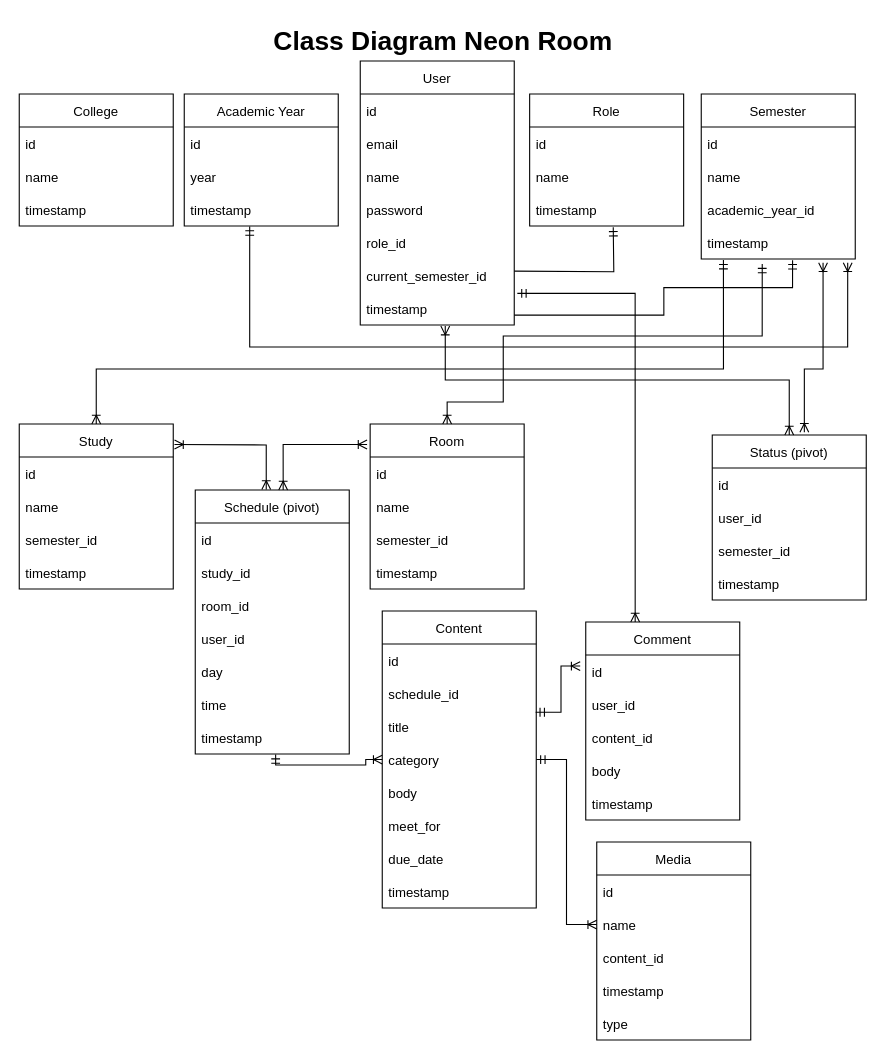
The draw.io diagram uml/class diagram.drawio in fanboykun/neonroom, before the edit. Source tidied: cells renumbered, new cells numbered last; positions are measured from the earlier drawing's top-left corner, leaving out a move shared by most shapes. Both pictures are drawn from the tidied source at 110%, with x=0, y=0 at pixel (19, 19).
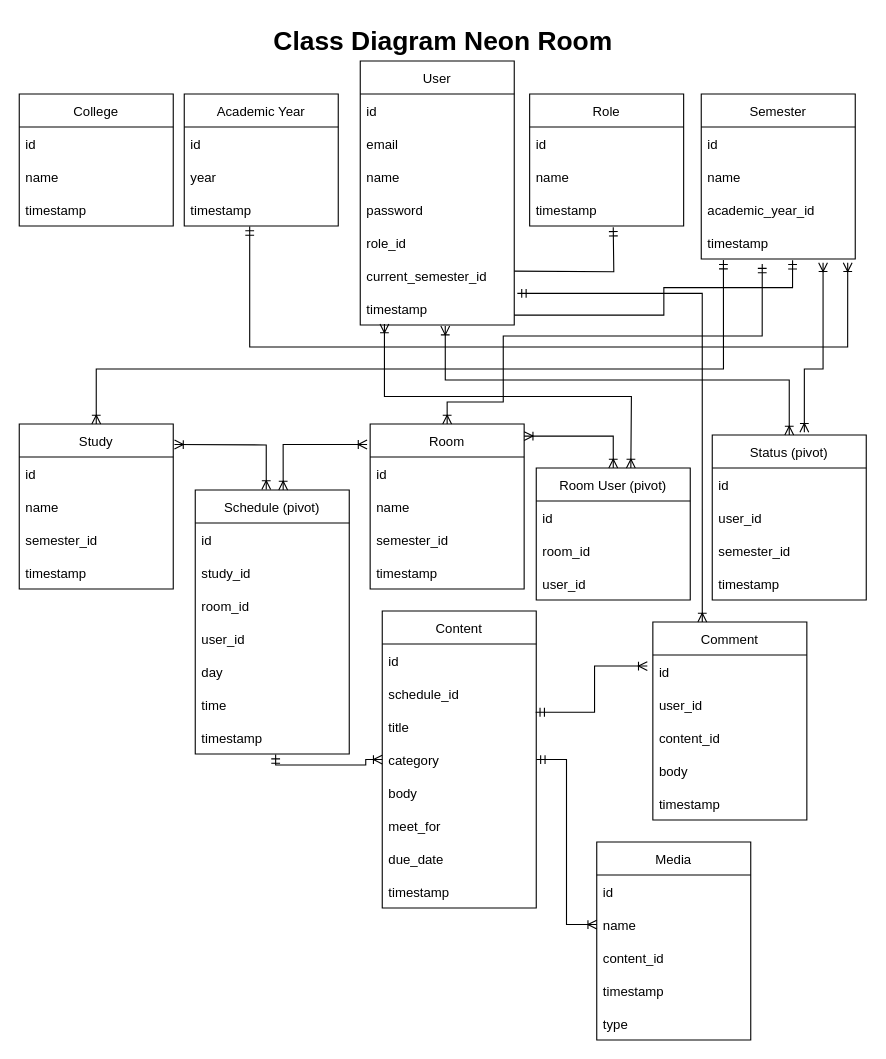
Above is the later version.

The change refers to these unchanged cells:
```xml
<mxCell id="9" value="timestamp" style="text;strokeColor=none;fillColor=none;align=left;verticalAlign=middle;spacingLeft=4;spacingRight=4;overflow=hidden;points=[[0,0.5],[1,0.5]];portConstraint=eastwest;" parent="2" vertex="1">
  <mxGeometry y="210" width="140" height="30" as="geometry" />
</mxCell>
<mxCell id="32" value="Room" style="swimlane;fontStyle=0;horizontal=1;startSize=30;" parent="1" vertex="1">
  <mxGeometry x="319" y="368" width="140" height="150" as="geometry" />
</mxCell>
```

Diff of the diagram source:
```diff
@@
     <mxCell id="60" value="Comment" style="swimlane;fontStyle=0;horizontal=1;startSize=30;" parent="1" vertex="1">
-      <mxGeometry x="515" y="548" width="140" height="180" as="geometry" />
+      <mxGeometry x="576" y="548" width="140" height="180" as="geometry" />
     </mxCell>
@@
+    <mxCell id="85" value="Room User (pivot)" style="swimlane;fontStyle=0;horizontal=1;startSize=30;" parent="1" vertex="1">
+      <mxGeometry x="470" y="408" width="140" height="120" as="geometry" />
+    </mxCell>
+    <mxCell id="86" value="id" style="text;strokeColor=none;fillColor=none;align=left;verticalAlign=middle;spacingLeft=4;spacingRight=4;overflow=hidden;" parent="85" vertex="1">
+      <mxGeometry y="30" width="140" height="30" as="geometry" />
+    </mxCell>
+    <mxCell id="87" value="room_id" style="text;strokeColor=none;fillColor=none;align=left;verticalAlign=middle;spacingLeft=4;spacingRight=4;overflow=hidden;" parent="85" vertex="1">
+      <mxGeometry y="60" width="140" height="30" as="geometry" />
+    </mxCell>
+    <mxCell id="88" value="user_id" style="text;strokeColor=none;fillColor=none;align=left;verticalAlign=middle;spacingLeft=4;spacingRight=4;overflow=hidden;" parent="85" vertex="1">
+      <mxGeometry y="90" width="140" height="30" as="geometry" />
+    </mxCell>
+    <mxCell id="89" style="edgeStyle=orthogonalEdgeStyle;fontSize=12;html=1;endArrow=ERoneToMany;startArrow=ERoneToMany;rounded=0;entryX=0.157;entryY=0.967;entryDx=0;entryDy=0;entryPerimeter=0;" parent="1" edge="1" target="9">
+      <mxGeometry relative="1" as="geometry">
+        <mxPoint x="556" y="408" as="sourcePoint" />
+      </mxGeometry>
+    </mxCell>
+    <mxCell id="90" style="edgeStyle=orthogonalEdgeStyle;fontSize=12;html=1;endArrow=ERoneToMany;startArrow=ERoneToMany;rounded=0;exitX=1;exitY=0.073;exitDx=0;exitDy=0;exitPerimeter=0;entryX=0.5;entryY=0;entryDx=0;entryDy=0;" parent="1" edge="1" source="32" target="85">
+      <mxGeometry relative="1" as="geometry" />
+    </mxCell>
```
